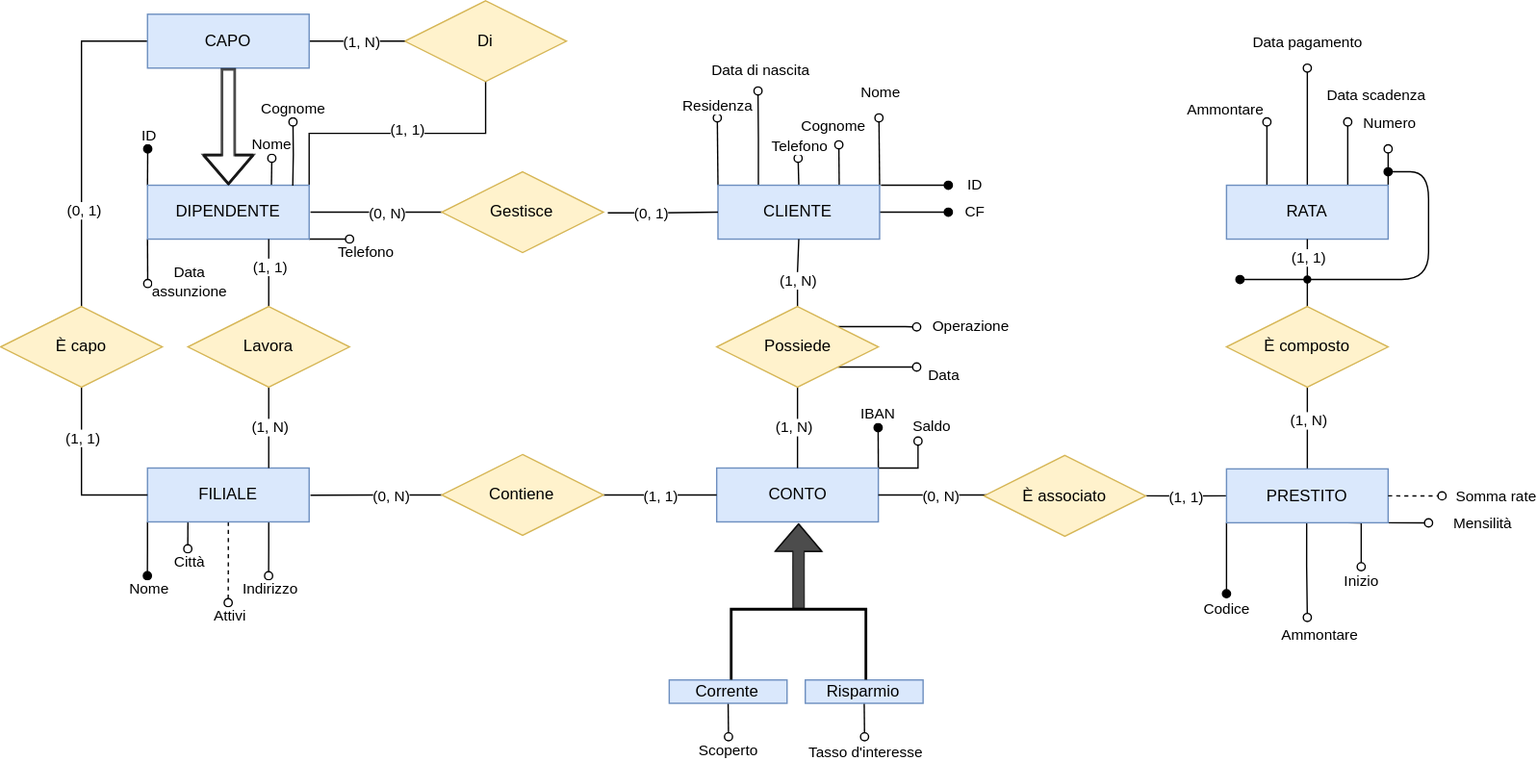
Before: Typst/media/ER_Banca_1.svg, a diagram exported from draw.io (enrperes/Database-and-Laboratory). Source tidied: cells renumbered, new cells last; positions are measured from the earlier drawing's top-left corner, leaving out a move shared by most shapes.
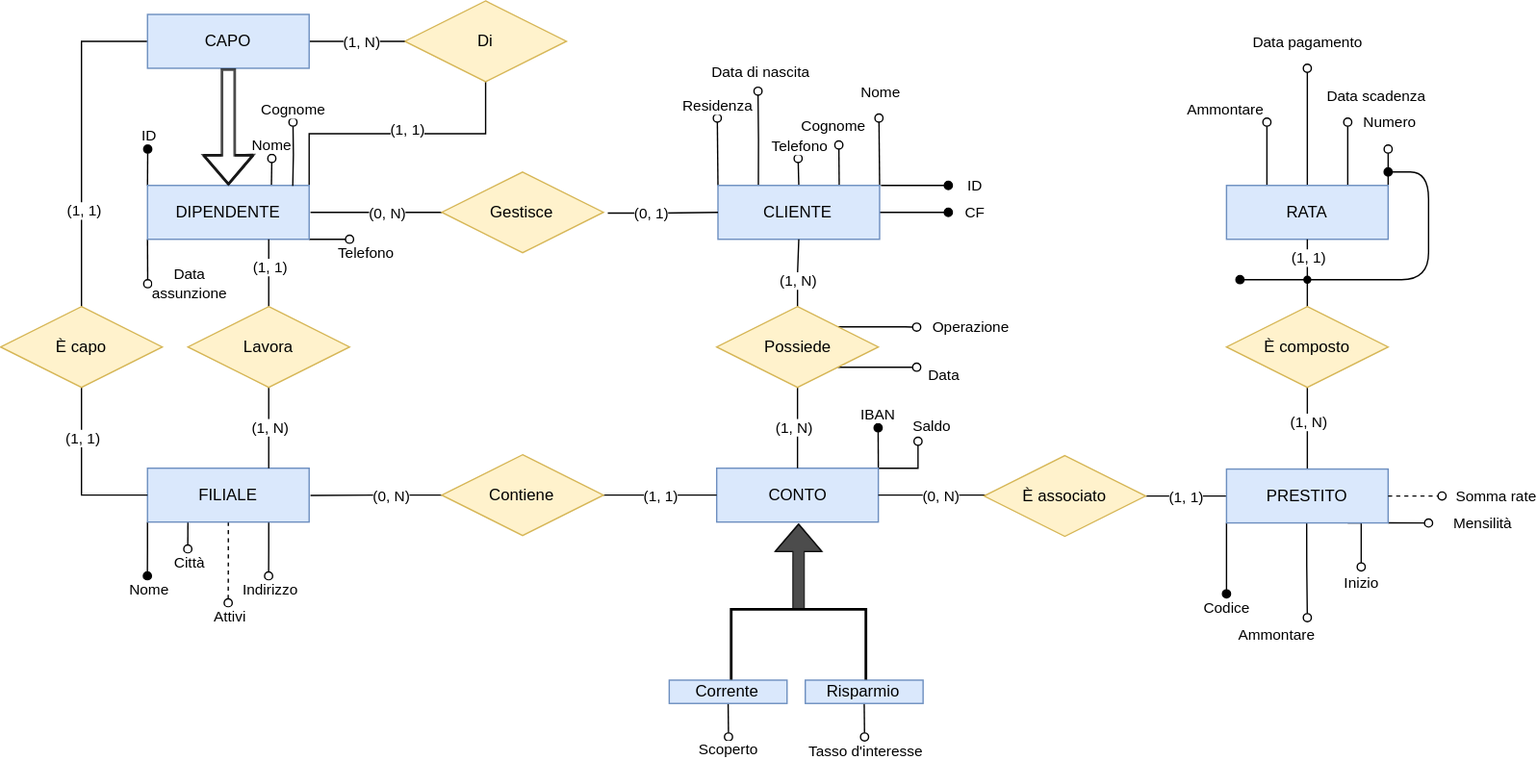
The same diagram one commit later.

Diff of the diagram source:
```diff
@@ -339,7 +339,7 @@
     <mxCell id="72" style="edgeStyle=orthogonalEdgeStyle;rounded=0;jettySize=auto;html=1;exitX=0.5;exitY=0;exitDx=0;exitDy=0;endArrow=none;endFill=0;entryX=0;entryY=0.5;entryDx=0;entryDy=0;" parent="1" edge="1" source="76" target="91">
       <mxGeometry relative="1" as="geometry" />
     </mxCell>
-    <mxCell id="73" value="&lt;div&gt;(0, 1)&lt;/div&gt;" style="edgeLabel;html=1;align=center;verticalAlign=middle;" parent="72" vertex="1">
+    <mxCell id="73" value="&lt;div&gt;(1, 1)&lt;/div&gt;" style="edgeLabel;html=1;align=center;verticalAlign=middle;" parent="72" vertex="1">
       <mxGeometry x="-0.42" y="-1" relative="1" as="geometry" />
     </mxCell>
     <mxCell id="74" style="edgeStyle=orthogonalEdgeStyle;rounded=0;jettySize=auto;html=1;exitX=0.5;exitY=1;exitDx=0;exitDy=0;entryX=0;entryY=0.5;entryDx=0;entryDy=0;endArrow=none;endFill=0;" parent="1" edge="1" source="76" target="61">
```
